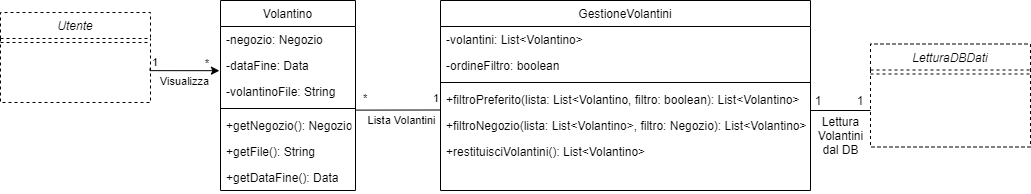
Above: UML/DiagrammaClassiVolantini.png in G15-UniTN/iSpesa (draw.io), before the change. Source tidied: cells renumbered, new cells last; positions are measured from the earlier drawing's top-left corner, leaving out a move shared by most shapes. The source it was exported from:
```xml
<mxGraphModel>
  <root>
    <mxCell id="0" />
    <mxCell id="1" parent="0" />
    <mxCell id="2" value="Volantino" style="swimlane;fontStyle=0;align=center;verticalAlign=top;horizontal=1;startSize=26;rounded=0;shadow=0;strokeWidth=1;" parent="1" vertex="1">
      <mxGeometry x="220" y="20" width="135" height="190" as="geometry" />
    </mxCell>
    <mxCell id="3" value="-negozio: Negozio" style="text;align=left;verticalAlign=top;spacingLeft=4;spacingRight=4;overflow=hidden;" parent="2" vertex="1">
      <mxGeometry y="26" width="135" height="26" as="geometry" />
    </mxCell>
    <mxCell id="4" value="-dataFine: Data" style="text;align=left;verticalAlign=top;spacingLeft=4;spacingRight=4;overflow=hidden;points=[[0,0.5],[1,0.5]];portConstraint=eastwest;rounded=0;shadow=0;html=0;" parent="2" vertex="1">
      <mxGeometry y="52" width="135" height="26" as="geometry" />
    </mxCell>
    <mxCell id="5" value="-volantinoFile: String" style="text;align=left;verticalAlign=top;spacingLeft=4;spacingRight=4;overflow=hidden;rounded=0;shadow=0;html=0;" parent="2" vertex="1">
      <mxGeometry y="78" width="135" height="26" as="geometry" />
    </mxCell>
    <mxCell id="6" style="line;html=1;strokeWidth=1;align=left;verticalAlign=middle;spacingTop=-1;spacingLeft=3;spacingRight=3;labelPosition=right;" parent="2" vertex="1">
      <mxGeometry y="104" width="135" height="8" as="geometry" />
    </mxCell>
    <mxCell id="7" value="+getNegozio(): Negozio" style="text;align=left;verticalAlign=top;spacingLeft=4;spacingRight=4;overflow=hidden;points=[[0,0.5],[1,0.5]];portConstraint=eastwest;fontStyle=0;" parent="2" vertex="1">
      <mxGeometry y="112" width="135" height="26" as="geometry" />
    </mxCell>
    <mxCell id="8" value="+getFile(): String" style="text;align=left;verticalAlign=top;spacingLeft=4;spacingRight=4;overflow=hidden;fontStyle=0;" parent="2" vertex="1">
      <mxGeometry y="138" width="135" height="26" as="geometry" />
    </mxCell>
    <mxCell id="9" value="+getDataFine(): Data" style="text;align=left;verticalAlign=top;spacingLeft=4;spacingRight=4;overflow=hidden;fontStyle=0;" parent="2" vertex="1">
      <mxGeometry y="164" width="135" height="26" as="geometry" />
    </mxCell>
    <mxCell id="10" value="GestioneVolantini" style="swimlane;fontStyle=0;align=center;verticalAlign=top;horizontal=1;startSize=26;rounded=0;shadow=0;strokeWidth=1;" parent="1" vertex="1">
      <mxGeometry x="440" y="20" width="370" height="190" as="geometry" />
    </mxCell>
    <mxCell id="11" value="-volantini: List&lt;Volantino&gt;" style="text;align=left;verticalAlign=top;spacingLeft=4;spacingRight=4;overflow=hidden;" parent="10" vertex="1">
      <mxGeometry y="26" width="370" height="26" as="geometry" />
    </mxCell>
    <mxCell id="12" value="-ordineFiltro: boolean" style="text;align=left;verticalAlign=top;spacingLeft=4;spacingRight=4;overflow=hidden;" parent="10" vertex="1">
      <mxGeometry y="52" width="370" height="26" as="geometry" />
    </mxCell>
    <mxCell id="13" style="line;html=1;strokeWidth=1;align=left;verticalAlign=middle;spacingTop=-1;spacingLeft=3;spacingRight=3;labelPosition=right;" parent="10" vertex="1">
      <mxGeometry y="78" width="370" height="8" as="geometry" />
    </mxCell>
    <mxCell id="14" value="+filtroPreferito(lista: List&lt;Volantino, filtro: boolean): List&lt;Volantino&gt;" style="text;align=left;verticalAlign=top;spacingLeft=4;spacingRight=4;overflow=hidden;points=[[0,0.5],[1,0.5]];portConstraint=eastwest;" parent="10" vertex="1">
      <mxGeometry y="86" width="370" height="26" as="geometry" />
    </mxCell>
    <mxCell id="15" value="+filtroNegozio(lista: List&lt;Volantino&gt;, filtro: Negozio): List&lt;Volantino&gt;" style="text;align=left;verticalAlign=top;spacingLeft=4;spacingRight=4;overflow=hidden;" parent="10" vertex="1">
      <mxGeometry y="112" width="370" height="26" as="geometry" />
    </mxCell>
    <mxCell id="16" value="+restituisciVolantini(): List&lt;Volantino&gt;" style="text;align=left;verticalAlign=top;spacingLeft=4;spacingRight=4;overflow=hidden;" parent="10" vertex="1">
      <mxGeometry y="138" width="370" height="26" as="geometry" />
    </mxCell>
    <mxCell id="17" value="Utente" style="swimlane;fontStyle=2;align=center;verticalAlign=top;horizontal=1;startSize=26;rounded=0;shadow=0;strokeWidth=1;dashed=1;" parent="1" vertex="1">
      <mxGeometry y="32" width="150" height="90" as="geometry" />
    </mxCell>
    <mxCell id="18" style="line;html=1;strokeWidth=1;align=left;verticalAlign=middle;spacingTop=-1;spacingLeft=3;spacingRight=3;labelPosition=right;dashed=1;" parent="17" vertex="1">
      <mxGeometry y="26" width="150" height="8" as="geometry" />
    </mxCell>
    <mxCell id="19" style="endArrow=classic;html=1;edgeStyle=orthogonalEdgeStyle;rounded=0;entryX=-0.008;entryY=0.699;entryDx=0;entryDy=0;entryPerimeter=0;" parent="17" edge="1" target="4">
      <mxGeometry relative="1" as="geometry">
        <mxPoint x="149.5" y="56" as="sourcePoint" />
        <Array as="points">
          <mxPoint x="150" y="58" />
        </Array>
      </mxGeometry>
    </mxCell>
    <mxCell id="20" value="Visualizza" style="edgeLabel;html=1;align=center;verticalAlign=middle;" parent="19" vertex="1">
      <mxGeometry relative="1" as="geometry">
        <mxPoint y="10" as="offset" />
      </mxGeometry>
    </mxCell>
    <mxCell id="21" value="1" style="edgeLabel;html=1;align=left;verticalAlign=bottom;" parent="19" vertex="1">
      <mxGeometry x="-1" relative="1" as="geometry">
        <mxPoint y="2" as="offset" />
      </mxGeometry>
    </mxCell>
    <mxCell id="22" value="*" style="edgeLabel;html=1;align=right;verticalAlign=bottom;" parent="19" vertex="1">
      <mxGeometry x="1" relative="1" as="geometry">
        <mxPoint x="-10" as="offset" />
      </mxGeometry>
    </mxCell>
    <mxCell id="23" value="LetturaDBDati" style="swimlane;fontStyle=2;align=center;verticalAlign=top;horizontal=1;startSize=26;rounded=0;shadow=0;strokeWidth=1;dashed=1;" parent="1" vertex="1">
      <mxGeometry x="870" y="63.5" width="160" height="103" as="geometry" />
    </mxCell>
    <mxCell id="24" style="line;html=1;strokeWidth=1;align=left;verticalAlign=middle;spacingTop=-1;spacingLeft=3;spacingRight=3;labelPosition=right;dashed=1;" parent="23" vertex="1">
      <mxGeometry y="26" width="160" height="8" as="geometry" />
    </mxCell>
    <mxCell id="25" value="Lista Volantini" style="edgeLabel;html=1;align=center;verticalAlign=middle;" parent="1" vertex="1">
      <mxGeometry x="390" y="140" as="geometry">
        <mxPoint x="10" y="-1" as="offset" />
      </mxGeometry>
    </mxCell>
    <mxCell id="26" value="*" style="edgeLabel;html=1;align=left;verticalAlign=bottom;" parent="1" vertex="1">
      <mxGeometry x="610" as="geometry">
        <mxPoint x="-249" y="126" as="offset" />
      </mxGeometry>
    </mxCell>
    <mxCell id="27" value="1" style="edgeLabel;html=1;align=left;verticalAlign=bottom;" parent="1" vertex="1">
      <mxGeometry x="680" as="geometry">
        <mxPoint x="-249" y="126" as="offset" />
      </mxGeometry>
    </mxCell>
    <mxCell id="28" value="1" style="text;html=1;strokeColor=none;fillColor=none;align=center;verticalAlign=middle;whiteSpace=wrap;rounded=0;" parent="1" vertex="1">
      <mxGeometry x="798" y="110" width="40" height="20" as="geometry" />
    </mxCell>
    <mxCell id="29" style="endArrow=none;html=1;exitX=1.003;exitY=-0.092;exitDx=0;exitDy=0;exitPerimeter=0;entryX=0.001;entryY=0.904;entryDx=0;entryDy=0;entryPerimeter=0;" parent="1" edge="1" source="7" target="14">
      <mxGeometry relative="1" as="geometry" />
    </mxCell>
    <mxCell id="30" style="endArrow=none;html=1;exitX=0.31;exitY=0.999;exitDx=0;exitDy=0;exitPerimeter=0;" parent="1" edge="1" source="28">
      <mxGeometry relative="1" as="geometry">
        <mxPoint x="870" y="130" as="targetPoint" />
      </mxGeometry>
    </mxCell>
    <mxCell id="31" value="Lettura&lt;br&gt;Volantini&lt;br&gt;dal DB" style="text;html=1;align=center;verticalAlign=middle;strokeColor=none;" parent="1" vertex="1">
      <mxGeometry x="810" y="130" width="60" height="50" as="geometry" />
    </mxCell>
    <mxCell id="32" value="1" style="text;html=1;strokeColor=none;fillColor=none;align=center;verticalAlign=middle;whiteSpace=wrap;rounded=0;" parent="1" vertex="1">
      <mxGeometry x="780" y="110" width="160" height="20" as="geometry" />
    </mxCell>
  </root>
</mxGraphModel>
```
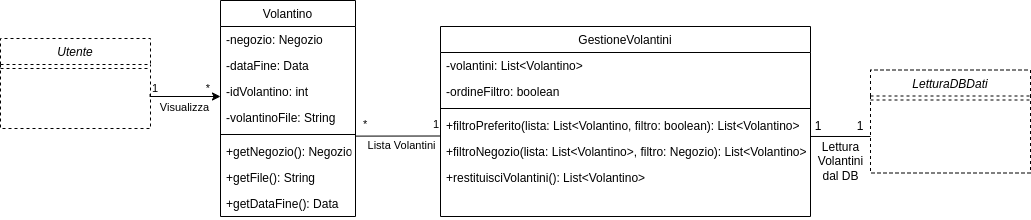
After the change.

The edit, as a diff of the source:
```diff
@@ -3,7 +3,7 @@
     <mxCell id="0" />
     <mxCell id="1" parent="0" />
     <mxCell id="2" value="Volantino" style="swimlane;fontStyle=0;align=center;verticalAlign=top;horizontal=1;startSize=26;rounded=0;shadow=0;strokeWidth=1;" parent="1" vertex="1">
-      <mxGeometry x="220" y="20" width="135" height="190" as="geometry" />
+      <mxGeometry x="220" y="-6" width="135" height="216" as="geometry" />
     </mxCell>
     <mxCell id="3" value="-negozio: Negozio" style="text;align=left;verticalAlign=top;spacingLeft=4;spacingRight=4;overflow=hidden;" parent="2" vertex="1">
       <mxGeometry y="26" width="135" height="26" as="geometry" />
@@ -11,20 +11,23 @@
     <mxCell id="4" value="-dataFine: Data" style="text;align=left;verticalAlign=top;spacingLeft=4;spacingRight=4;overflow=hidden;points=[[0,0.5],[1,0.5]];portConstraint=eastwest;rounded=0;shadow=0;html=0;" parent="2" vertex="1">
       <mxGeometry y="52" width="135" height="26" as="geometry" />
     </mxCell>
-    <mxCell id="5" value="-volantinoFile: String" style="text;align=left;verticalAlign=top;spacingLeft=4;spacingRight=4;overflow=hidden;rounded=0;shadow=0;html=0;" parent="2" vertex="1">
+    <mxCell id="5" value="-idVolantino: int" style="text;align=left;verticalAlign=top;spacingLeft=4;spacingRight=4;overflow=hidden;rounded=0;shadow=0;html=0;" parent="2" vertex="1">
       <mxGeometry y="78" width="135" height="26" as="geometry" />
     </mxCell>
+    <mxCell id="33" value="-volantinoFile: String" style="text;align=left;verticalAlign=top;spacingLeft=4;spacingRight=4;overflow=hidden;rounded=0;shadow=0;html=0;" parent="2" vertex="1">
+      <mxGeometry y="104" width="135" height="26" as="geometry" />
+    </mxCell>
     <mxCell id="6" style="line;html=1;strokeWidth=1;align=left;verticalAlign=middle;spacingTop=-1;spacingLeft=3;spacingRight=3;labelPosition=right;" parent="2" vertex="1">
-      <mxGeometry y="104" width="135" height="8" as="geometry" />
+      <mxGeometry y="130" width="135" height="8" as="geometry" />
     </mxCell>
     <mxCell id="7" value="+getNegozio(): Negozio" style="text;align=left;verticalAlign=top;spacingLeft=4;spacingRight=4;overflow=hidden;points=[[0,0.5],[1,0.5]];portConstraint=eastwest;fontStyle=0;" parent="2" vertex="1">
-      <mxGeometry y="112" width="135" height="26" as="geometry" />
+      <mxGeometry y="138" width="135" height="26" as="geometry" />
     </mxCell>
     <mxCell id="8" value="+getFile(): String" style="text;align=left;verticalAlign=top;spacingLeft=4;spacingRight=4;overflow=hidden;fontStyle=0;" parent="2" vertex="1">
-      <mxGeometry y="138" width="135" height="26" as="geometry" />
+      <mxGeometry y="164" width="135" height="26" as="geometry" />
     </mxCell>
     <mxCell id="9" value="+getDataFine(): Data" style="text;align=left;verticalAlign=top;spacingLeft=4;spacingRight=4;overflow=hidden;fontStyle=0;" parent="2" vertex="1">
-      <mxGeometry y="164" width="135" height="26" as="geometry" />
+      <mxGeometry y="190" width="135" height="26" as="geometry" />
     </mxCell>
     <mxCell id="10" value="GestioneVolantini" style="swimlane;fontStyle=0;align=center;verticalAlign=top;horizontal=1;startSize=26;rounded=0;shadow=0;strokeWidth=1;" parent="1" vertex="1">
       <mxGeometry x="440" y="20" width="370" height="190" as="geometry" />
@@ -53,11 +56,13 @@
     <mxCell id="18" style="line;html=1;strokeWidth=1;align=left;verticalAlign=middle;spacingTop=-1;spacingLeft=3;spacingRight=3;labelPosition=right;dashed=1;" parent="17" vertex="1">
       <mxGeometry y="26" width="150" height="8" as="geometry" />
     </mxCell>
-    <mxCell id="19" style="endArrow=classic;html=1;edgeStyle=orthogonalEdgeStyle;rounded=0;entryX=-0.008;entryY=0.699;entryDx=0;entryDy=0;entryPerimeter=0;" parent="17" edge="1" target="4">
+    <mxCell id="19" style="endArrow=classic;html=1;edgeStyle=orthogonalEdgeStyle;rounded=0;" parent="17" edge="1">
       <mxGeometry relative="1" as="geometry">
         <mxPoint x="149.5" y="56" as="sourcePoint" />
+        <mxPoint x="220" y="58" as="targetPoint" />
         <Array as="points">
           <mxPoint x="150" y="58" />
+          <mxPoint x="220" y="58" />
         </Array>
       </mxGeometry>
     </mxCell>
```
